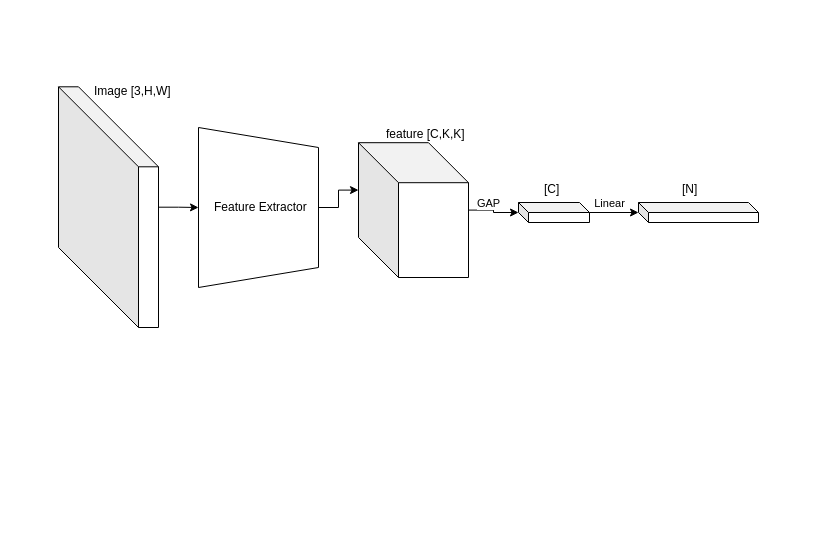
Earlier version of the draw.io diagram media/CAM-model.drawio (KelvinHong/DL-assignment). Source tidied: cells renumbered, new cells numbered last; positions are measured from the earlier drawing's top-left corner, leaving out a move shared by most shapes. Both pictures are drawn from the tidied source at 100%, with x=0, y=0 at pixel (58, 77).
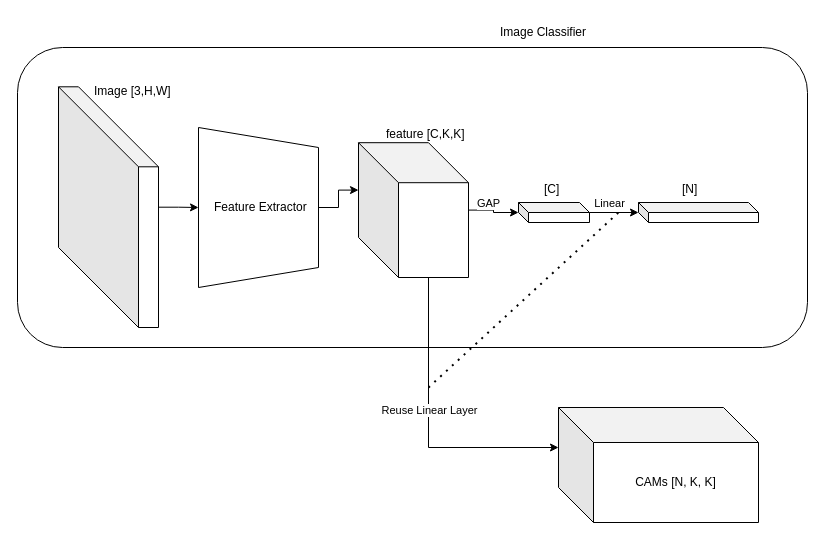
The same page after the edit.

The change refers to these unchanged cells:
```xml
<mxCell id="9" style="shape=cube;whiteSpace=wrap;html=1;boundedLbl=1;backgroundOutline=1;darkOpacity=0.05;darkOpacity2=0.1;size=40;" parent="8" vertex="1">
  <mxGeometry y="5.2" width="110" height="134.8" as="geometry" />
</mxCell>
```

Diff of the diagram source:
```diff
@@
+    <mxCell id="22" style="rounded=1;whiteSpace=wrap;html=1;fillColor=none;" parent="1" vertex="1">
+      <mxGeometry x="-41" y="-30" width="790" height="300" as="geometry" />
+    </mxCell>
@@
+    <mxCell id="23" value="Image Classifier" style="text;html=1;strokeColor=none;fillColor=none;align=center;verticalAlign=middle;whiteSpace=wrap;rounded=0;" parent="1" vertex="1">
+      <mxGeometry x="430" y="-60" width="110" height="30" as="geometry" />
+    </mxCell>
+    <mxCell id="24" value="CAMs [N, K, K]" style="shape=cube;whiteSpace=wrap;html=1;boundedLbl=1;backgroundOutline=1;darkOpacity=0.05;darkOpacity2=0.1;size=35;" parent="1" vertex="1">
+      <mxGeometry x="500" y="330" width="200" height="115" as="geometry" />
+    </mxCell>
+    <mxCell id="25" style="edgeStyle=orthogonalEdgeStyle;rounded=0;jettySize=auto;html=1;entryX=0;entryY=0;entryDx=0;entryDy=40;entryPerimeter=0;" parent="1" edge="1" source="9" target="24">
+      <mxGeometry relative="1" as="geometry">
+        <Array as="points">
+          <mxPoint x="370" y="370" />
+        </Array>
+      </mxGeometry>
+    </mxCell>
+    <mxCell id="26" value="Reuse Linear Layer" style="edgeLabel;html=1;align=center;verticalAlign=middle;" parent="25" vertex="1">
+      <mxGeometry x="-0.12" relative="1" as="geometry" />
+    </mxCell>
+    <mxCell id="27" style="endArrow=none;dashed=1;html=1;dashPattern=1 3;strokeWidth=2;rounded=0;" parent="1" edge="1">
+      <mxGeometry relative="1" as="geometry">
+        <mxPoint x="370" y="310" as="sourcePoint" />
+        <mxPoint x="560" y="135" as="targetPoint" />
+      </mxGeometry>
+    </mxCell>
```
